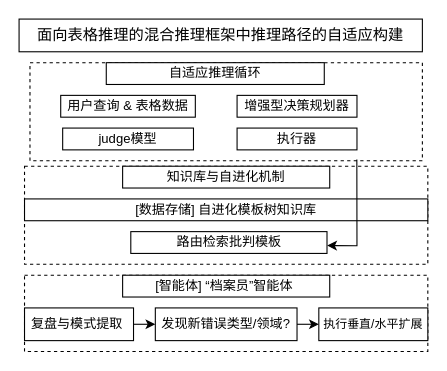
Before: results/未命名绘图.drawio in yesifu-1/data-store, a draw.io diagram. Source tidied: cells renumbered, new cells numbered last; positions are measured from the earlier drawing's top-left corner, leaving out a move shared by most shapes. Both pictures are drawn from the tidied source at 109%, with x=0, y=0 at pixel (19, 19).
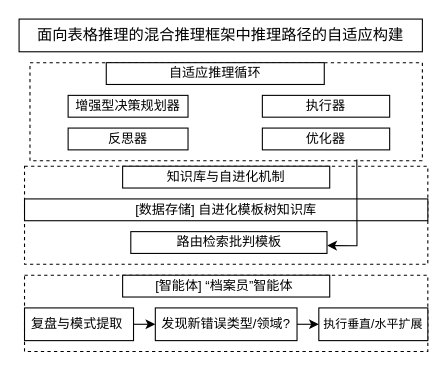
After the change.

Commit message:
更新未命名绘图.drawio

Change to the diagram source:
```diff
@@
-    <mxCell id="7" value="用户查询 &amp;amp; 表格数据" style="rounded=0;whiteSpace=wrap;html=1;" parent="1" vertex="1">
-      <mxGeometry x="38.2" y="70" width="123.5" height="20" as="geometry" />
-    </mxCell>
     <mxCell id="8" value="增强型决策规划器 " style="rounded=0;whiteSpace=wrap;html=1;" parent="1" vertex="1">
-      <mxGeometry x="200" y="70" width="110" height="20" as="geometry" />
+      <mxGeometry x="45" y="70" width="110" height="20" as="geometry" />
     </mxCell>
     <mxCell id="9" value="执行器" style="rounded=0;whiteSpace=wrap;html=1;" parent="1" vertex="1">
-      <mxGeometry x="200" y="100" width="110" height="20" as="geometry" />
+      <mxGeometry x="223.2" y="70" width="116.8" height="20" as="geometry" />
     </mxCell>
@@
-    <mxCell id="19" value="judge模型" style="rounded=0;whiteSpace=wrap;html=1;" parent="1" vertex="1">
-      <mxGeometry x="40" y="100" width="120" height="20" as="geometry" />
+    <mxCell id="19" value="反思器" style="rounded=0;whiteSpace=wrap;html=1;" parent="1" vertex="1">
+      <mxGeometry x="45" y="100" width="110" height="20" as="geometry" />
     </mxCell>
@@
+    <mxCell id="21" value="优化器" style="rounded=0;whiteSpace=wrap;html=1;" parent="1" vertex="1">
+      <mxGeometry x="223.2" y="100" width="116.8" height="20" as="geometry" />
+    </mxCell>
```
